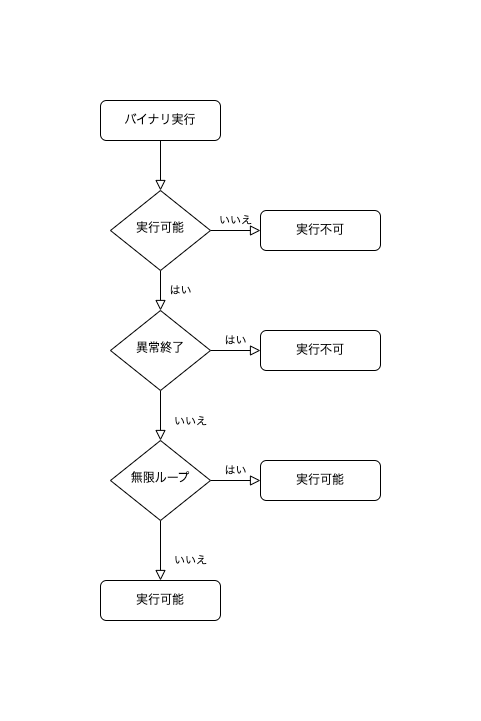
This is thesis/img/execflow.png from obashun22/master-graduation-thesis, a draw.io export, as it was before one commit. Source tidied: cells renumbered, new cells last; positions are measured from the earlier drawing's top-left corner, leaving out a move shared by most shapes.
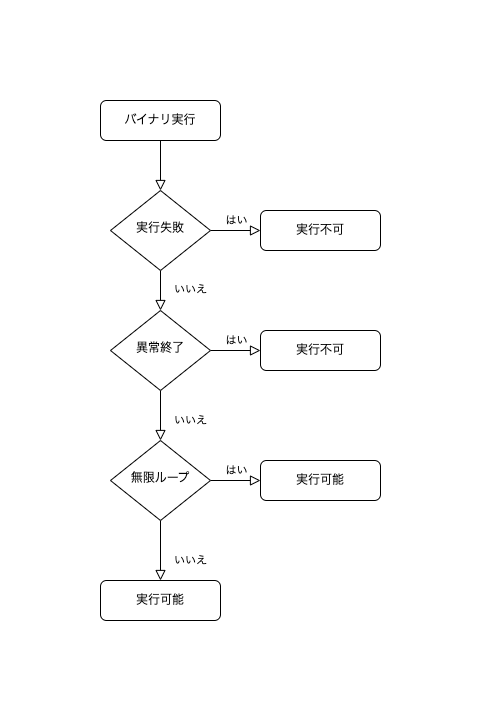
Above is the later version.

Commit message:
Fix コメントを元に修正

The edit, as a diff of the source:
```diff
@@ -8,13 +8,13 @@
     <mxCell id="3" value="バイナリ実行" style="rounded=1;whiteSpace=wrap;html=1;fontSize=12;glass=0;strokeWidth=1;shadow=0;" parent="1" vertex="1">
       <mxGeometry width="120" height="40" as="geometry" />
     </mxCell>
-    <mxCell id="4" value="はい" style="rounded=0;html=1;jettySize=auto;fontSize=11;endArrow=block;endFill=0;endSize=8;strokeWidth=1;shadow=0;labelBackgroundColor=none;edgeStyle=orthogonalEdgeStyle;" parent="1" edge="1" source="6" target="10">
-      <mxGeometry y="20" relative="1" as="geometry" />
+    <mxCell id="4" value="いいえ" style="rounded=0;html=1;jettySize=auto;fontSize=11;endArrow=block;endFill=0;endSize=8;strokeWidth=1;shadow=0;labelBackgroundColor=none;edgeStyle=orthogonalEdgeStyle;" parent="1" edge="1" source="6" target="10">
+      <mxGeometry x="-0.05" y="30" relative="1" as="geometry" />
     </mxCell>
-    <mxCell id="5" value="いいえ" style="edgeStyle=orthogonalEdgeStyle;rounded=0;html=1;jettySize=auto;fontSize=11;endArrow=block;endFill=0;endSize=8;strokeWidth=1;shadow=0;labelBackgroundColor=none;" parent="1" edge="1" source="6" target="7">
+    <mxCell id="5" value="はい" style="edgeStyle=orthogonalEdgeStyle;rounded=0;html=1;jettySize=auto;fontSize=11;endArrow=block;endFill=0;endSize=8;strokeWidth=1;shadow=0;labelBackgroundColor=none;" parent="1" edge="1" source="6" target="7">
       <mxGeometry y="10" relative="1" as="geometry" />
     </mxCell>
-    <mxCell id="6" value="実行可能" style="rhombus;whiteSpace=wrap;html=1;shadow=0;fontFamily=Helvetica;fontSize=12;align=center;strokeWidth=1;spacing=6;spacingTop=-4;" parent="1" vertex="1">
+    <mxCell id="6" value="実行失敗" style="rhombus;whiteSpace=wrap;html=1;shadow=0;fontFamily=Helvetica;fontSize=12;align=center;strokeWidth=1;spacing=6;spacingTop=-4;" parent="1" vertex="1">
       <mxGeometry x="10" y="90" width="100" height="80" as="geometry" />
     </mxCell>
     <mxCell id="7" value="実行不可" style="rounded=1;whiteSpace=wrap;html=1;fontSize=12;glass=0;strokeWidth=1;shadow=0;" parent="1" vertex="1">
```
